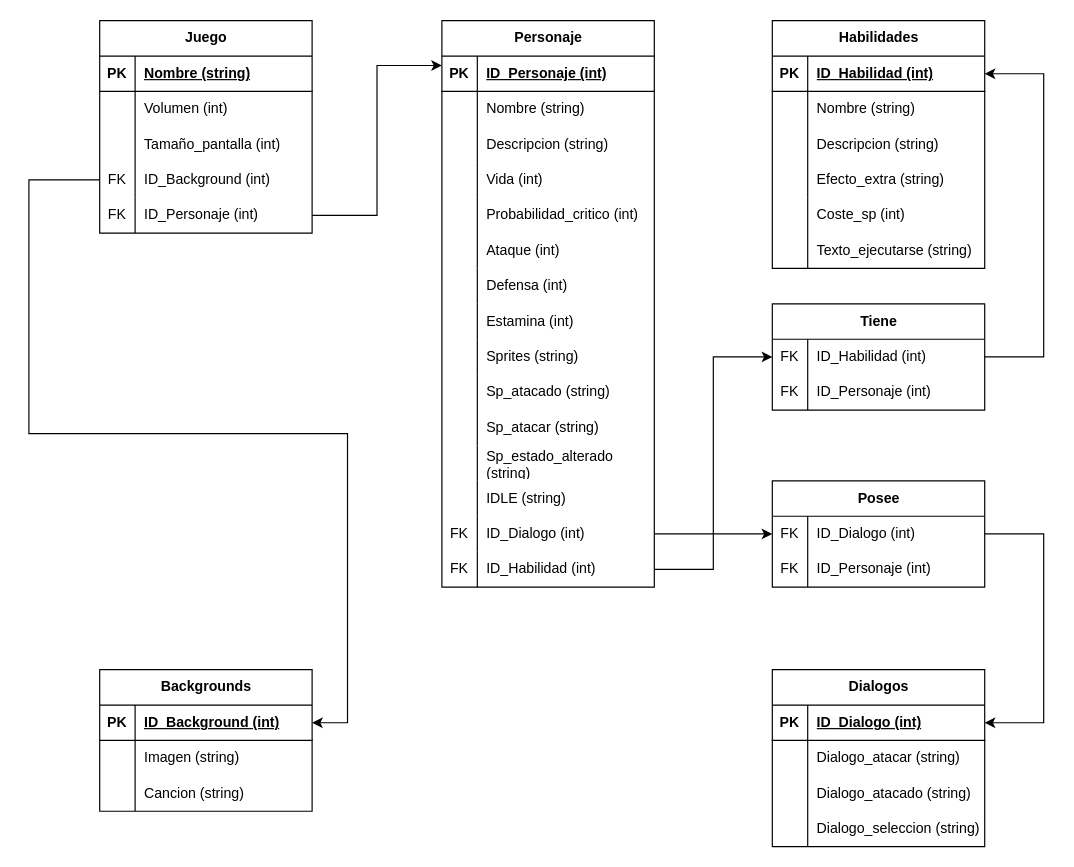
Millicay/stage-combat keeps this draw.io diagram as Documentacion/mr.drawio. Above is the earlier version. Source tidied: cells renumbered, new cells numbered last; positions are measured from the earlier drawing's top-left corner, leaving out a move shared by most shapes. Both pictures are drawn from the tidied source at 118%, with x=0, y=0 at pixel (28, 20).
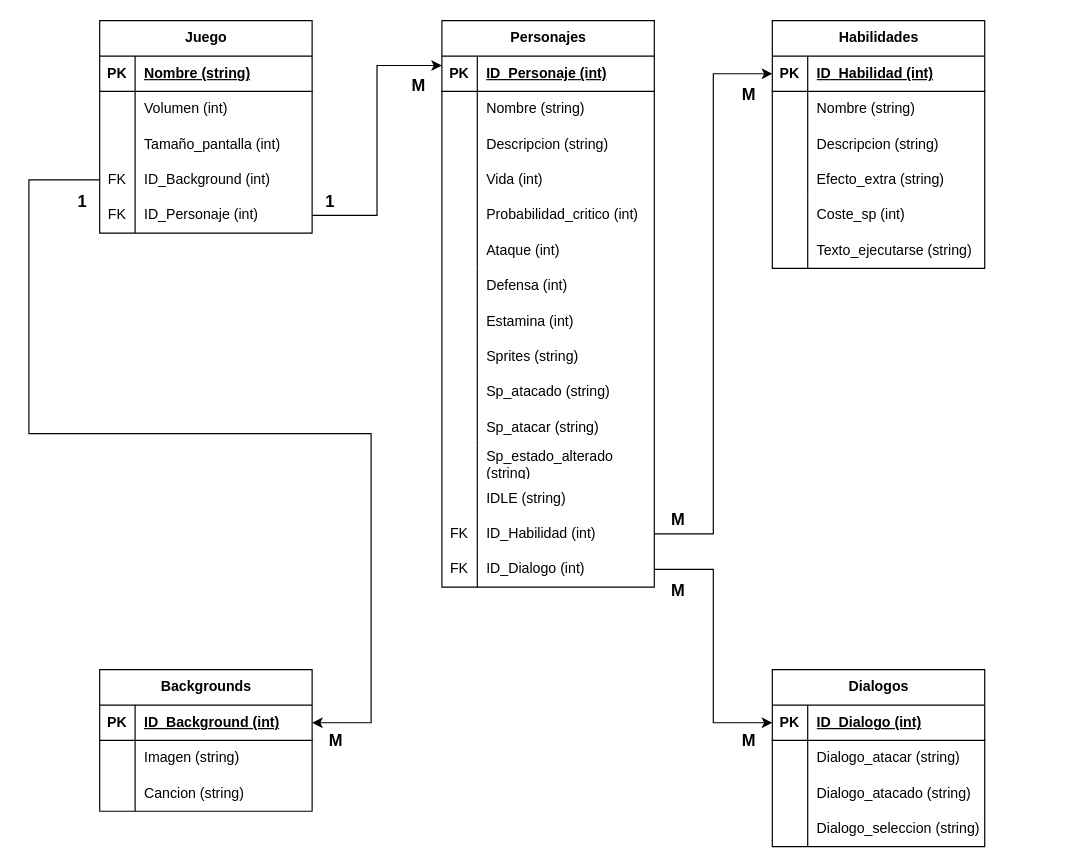
Above is the later version.

The change refers to these unchanged cells:
```xml
<mxCell id="12" style="shape=tableRow;horizontal=0;startSize=0;swimlaneHead=0;swimlaneBody=0;fillColor=none;points=[[0,0.5],[1,0.5]];portConstraint=eastwest;top=0;left=0;right=0;bottom=0;" parent="2" vertex="1">
  <mxGeometry y="120" width="180" height="30" as="geometry" />
</mxCell>
<mxCell id="68" style="shape=tableRow;horizontal=0;startSize=0;swimlaneHead=0;swimlaneBody=0;fillColor=none;points=[[0,0.5],[1,0.5]];portConstraint=eastwest;top=0;left=0;right=0;bottom=1;" parent="67" vertex="1">
  <mxGeometry y="30" width="180" height="30" as="geometry" />
</mxCell>
<mxCell id="87" style="shape=tableRow;horizontal=0;startSize=0;swimlaneHead=0;swimlaneBody=0;fillColor=none;points=[[0,0.5],[1,0.5]];portConstraint=eastwest;top=0;left=0;right=0;bottom=1;" parent="86" vertex="1">
  <mxGeometry y="30" width="180" height="30" as="geometry" />
</mxCell>
<mxCell id="97" style="shape=tableRow;horizontal=0;startSize=0;swimlaneHead=0;swimlaneBody=0;fillColor=none;points=[[0,0.5],[1,0.5]];portConstraint=eastwest;top=0;left=0;right=0;bottom=1;" parent="96" vertex="1">
  <mxGeometry y="30" width="180" height="30" as="geometry" />
</mxCell>
```

Change to the diagram source:
```diff
@@
-    <mxCell id="19" value="Personaje" style="shape=table;startSize=30;childLayout=tableLayout;rowLines=0;fontStyle=1;align=center;html=1;" parent="1" vertex="1">
+    <mxCell id="19" value="Personajes" style="shape=table;startSize=30;childLayout=tableLayout;rowLines=0;fontStyle=1;align=center;html=1;" parent="1" vertex="1">
       <mxGeometry x="350" width="180" height="480" as="geometry" />
     </mxCell>
@@
-    <mxCell id="59" style="edgeStyle=orthogonalEdgeStyle;rounded=0;jettySize=auto;html=1;exitX=1;exitY=0.5;exitDx=0;exitDy=0;entryX=0;entryY=0.5;entryDx=0;entryDy=0;" parent="1" edge="1" source="60" target="117">
+    <mxCell id="59" style="edgeStyle=orthogonalEdgeStyle;rounded=0;jettySize=auto;html=1;exitX=1;exitY=0.5;exitDx=0;exitDy=0;entryX=0;entryY=0.5;entryDx=0;entryDy=0;" parent="1" edge="1" source="60" target="97">
       <mxGeometry relative="1" as="geometry" />
     </mxCell>
     <mxCell id="60" style="shape=tableRow;horizontal=0;startSize=30;swimlaneHead=0;swimlaneBody=0;fillColor=none;points=[[0,0.5],[1,0.5]];portConstraint=eastwest;top=0;left=0;right=0;bottom=0;" parent="1" vertex="1">
-      <mxGeometry x="350" y="420" width="180" height="30" as="geometry" />
+      <mxGeometry x="350" y="450" width="180" height="30" as="geometry" />
     </mxCell>
@@
-    <mxCell id="63" style="edgeStyle=orthogonalEdgeStyle;rounded=0;jettySize=auto;html=1;exitX=1;exitY=0.5;exitDx=0;exitDy=0;entryX=0;entryY=0.5;entryDx=0;entryDy=0;" parent="1" edge="1" source="64" target="110">
+    <mxCell id="63" style="edgeStyle=orthogonalEdgeStyle;rounded=0;jettySize=auto;html=1;exitX=1;exitY=0.5;exitDx=0;exitDy=0;entryX=0;entryY=0.5;entryDx=0;entryDy=0;" parent="1" edge="1" source="64" target="68">
       <mxGeometry relative="1" as="geometry" />
     </mxCell>
     <mxCell id="64" style="shape=tableRow;horizontal=0;startSize=30;swimlaneHead=0;swimlaneBody=0;fillColor=none;points=[[0,0.5],[1,0.5]];portConstraint=eastwest;top=0;left=0;right=0;bottom=0;" parent="1" vertex="1">
-      <mxGeometry x="350" y="450" width="180" height="30" as="geometry" />
+      <mxGeometry x="350" y="420" width="180" height="30" as="geometry" />
     </mxCell>
@@
-    <mxCell id="109" value="Tiene" style="shape=table;startSize=30;childLayout=tableLayout;rowLines=0;fontStyle=1;align=center;html=1;" parent="1" vertex="1">
-      <mxGeometry x="630" y="240" width="180" height="90" as="geometry" />
-    </mxCell>
-    <mxCell id="110" style="shape=tableRow;horizontal=0;startSize=0;swimlaneHead=0;swimlaneBody=0;fillColor=none;points=[[0,0.5],[1,0.5]];portConstraint=eastwest;top=0;left=0;right=0;bottom=0;" parent="109" vertex="1">
-      <mxGeometry y="30" width="180" height="30" as="geometry" />
-    </mxCell>
-    <mxCell id="111" value="FK" style="shape=partialRectangle;fillColor=none;top=0;left=0;bottom=0;right=0;overflow=hidden;whiteSpace=wrap;html=1;" parent="110" vertex="1">
-      <mxGeometry width="30" height="30" as="geometry" />
-    </mxCell>
-    <mxCell id="112" value="ID_Habilidad (int)" style="shape=partialRectangle;fillColor=none;top=0;left=0;bottom=0;right=0;align=left;spacingLeft=6;overflow=hidden;whiteSpace=wrap;html=1;" parent="110" vertex="1">
-      <mxGeometry x="30" width="150" height="30" as="geometry" />
-    </mxCell>
-    <mxCell id="113" style="shape=tableRow;horizontal=0;startSize=0;swimlaneHead=0;swimlaneBody=0;fillColor=none;top=0;left=0;right=0;bottom=0;" parent="109" vertex="1">
-      <mxGeometry y="60" width="180" height="30" as="geometry" />
-    </mxCell>
-    <mxCell id="114" value="FK" style="shape=partialRectangle;fillColor=none;top=0;left=0;bottom=0;right=0;overflow=hidden;whiteSpace=wrap;html=1;" parent="113" vertex="1">
-      <mxGeometry width="30" height="30" as="geometry" />
-    </mxCell>
-    <mxCell id="115" value="ID_Personaje (int)" style="shape=partialRectangle;fillColor=none;top=0;left=0;bottom=0;right=0;align=left;spacingLeft=6;overflow=hidden;whiteSpace=wrap;html=1;" parent="113" vertex="1">
-      <mxGeometry x="30" width="150" height="30" as="geometry" />
-    </mxCell>
-    <mxCell id="116" value="Posee" style="shape=table;startSize=30;childLayout=tableLayout;rowLines=0;fontStyle=1;align=center;html=1;" parent="1" vertex="1">
-      <mxGeometry x="630" y="390" width="180" height="90" as="geometry" />
-    </mxCell>
-    <mxCell id="117" style="shape=tableRow;horizontal=0;startSize=0;swimlaneHead=0;swimlaneBody=0;fillColor=none;points=[[0,0.5],[1,0.5]];portConstraint=eastwest;top=0;left=0;right=0;bottom=0;" parent="116" vertex="1">
-      <mxGeometry y="30" width="180" height="30" as="geometry" />
-    </mxCell>
-    <mxCell id="118" value="FK" style="shape=partialRectangle;fillColor=none;top=0;left=0;bottom=0;right=0;overflow=hidden;whiteSpace=wrap;html=1;" parent="117" vertex="1">
-      <mxGeometry width="30" height="30" as="geometry" />
-    </mxCell>
-    <mxCell id="119" value="ID_Dialogo (int)" style="shape=partialRectangle;fillColor=none;top=0;left=0;bottom=0;right=0;align=left;spacingLeft=6;overflow=hidden;whiteSpace=wrap;html=1;" parent="117" vertex="1">
-      <mxGeometry x="30" width="150" height="30" as="geometry" />
-    </mxCell>
-    <mxCell id="120" style="shape=tableRow;horizontal=0;startSize=0;swimlaneHead=0;swimlaneBody=0;fillColor=none;top=0;left=0;right=0;bottom=0;" parent="116" vertex="1">
-      <mxGeometry y="60" width="180" height="30" as="geometry" />
-    </mxCell>
-    <mxCell id="121" value="FK" style="shape=partialRectangle;fillColor=none;top=0;left=0;bottom=0;right=0;overflow=hidden;whiteSpace=wrap;html=1;" parent="120" vertex="1">
-      <mxGeometry width="30" height="30" as="geometry" />
-    </mxCell>
-    <mxCell id="122" value="ID_Personaje (int)" style="shape=partialRectangle;fillColor=none;top=0;left=0;bottom=0;right=0;align=left;spacingLeft=6;overflow=hidden;whiteSpace=wrap;html=1;" parent="120" vertex="1">
-      <mxGeometry x="30" width="150" height="30" as="geometry" />
-    </mxCell>
     <mxCell id="123" style="edgeStyle=orthogonalEdgeStyle;rounded=0;jettySize=auto;html=1;exitX=0;exitY=0.5;exitDx=0;exitDy=0;entryX=1;entryY=0.5;entryDx=0;entryDy=0;" parent="1" edge="1" source="12" target="87">
       <mxGeometry relative="1" as="geometry">
         <Array as="points">
           <mxPoint y="135" />
           <mxPoint y="350" />
-          <mxPoint x="270" y="350" />
-          <mxPoint x="270" y="595" />
+          <mxPoint x="290" y="350" />
+          <mxPoint x="290" y="595" />
         </Array>
       </mxGeometry>
     </mxCell>
-    <mxCell id="124" style="edgeStyle=orthogonalEdgeStyle;rounded=0;jettySize=auto;html=1;exitX=1;exitY=0.5;exitDx=0;exitDy=0;entryX=1;entryY=0.5;entryDx=0;entryDy=0;" parent="1" edge="1" source="110" target="68">
-      <mxGeometry relative="1" as="geometry">
-        <Array as="points">
-          <mxPoint x="860" y="285" />
-          <mxPoint x="860" y="45" />
-        </Array>
-      </mxGeometry>
-    </mxCell>
-    <mxCell id="125" style="edgeStyle=orthogonalEdgeStyle;rounded=0;jettySize=auto;html=1;exitX=1;exitY=0.5;exitDx=0;exitDy=0;entryX=1;entryY=0.5;entryDx=0;entryDy=0;" parent="1" edge="1" source="117" target="97">
-      <mxGeometry relative="1" as="geometry">
-        <Array as="points">
-          <mxPoint x="860" y="435" />
-          <mxPoint x="860" y="595" />
-        </Array>
-      </mxGeometry>
-    </mxCell>
+    <mxCell id="126" value="&lt;font style=&quot;font-size: 14px;&quot;&gt;&lt;b&gt;1&lt;/b&gt;&lt;/font&gt;" style="text;html=1;align=center;verticalAlign=middle;strokeColor=none;fillColor=none;" parent="1" vertex="1">
+      <mxGeometry x="30" y="138" width="30" height="30" as="geometry" />
+    </mxCell>
+    <mxCell id="127" value="&lt;font style=&quot;font-size: 14px;&quot;&gt;&lt;b&gt;M&lt;/b&gt;&lt;/font&gt;" style="text;html=1;align=center;verticalAlign=middle;strokeColor=none;fillColor=none;" parent="1" vertex="1">
+      <mxGeometry x="240" y="595" width="40" height="30" as="geometry" />
+    </mxCell>
+    <mxCell id="128" value="&lt;font style=&quot;font-size: 14px;&quot;&gt;&lt;b&gt;1&lt;/b&gt;&lt;/font&gt;" style="text;html=1;align=center;verticalAlign=middle;strokeColor=none;fillColor=none;" parent="1" vertex="1">
+      <mxGeometry x="240" y="138" width="30" height="30" as="geometry" />
+    </mxCell>
+    <mxCell id="129" value="&lt;font style=&quot;font-size: 14px;&quot;&gt;&lt;b&gt;M&lt;/b&gt;&lt;/font&gt;" style="text;html=1;align=center;verticalAlign=middle;strokeColor=none;fillColor=none;" parent="1" vertex="1">
+      <mxGeometry x="310" y="40" width="40" height="30" as="geometry" />
+    </mxCell>
+    <mxCell id="130" value="&lt;font style=&quot;font-size: 14px;&quot;&gt;&lt;b&gt;M&lt;/b&gt;&lt;/font&gt;" style="text;html=1;align=center;verticalAlign=middle;strokeColor=none;fillColor=none;" parent="1" vertex="1">
+      <mxGeometry x="530" y="408" width="40" height="30" as="geometry" />
+    </mxCell>
+    <mxCell id="131" value="&lt;font style=&quot;font-size: 14px;&quot;&gt;&lt;b&gt;M&lt;/b&gt;&lt;/font&gt;" style="text;html=1;align=center;verticalAlign=middle;strokeColor=none;fillColor=none;" parent="1" vertex="1">
+      <mxGeometry x="530" y="468" width="40" height="30" as="geometry" />
+    </mxCell>
+    <mxCell id="132" value="&lt;font style=&quot;font-size: 14px;&quot;&gt;&lt;b&gt;M&lt;/b&gt;&lt;/font&gt;" style="text;html=1;align=center;verticalAlign=middle;strokeColor=none;fillColor=none;" parent="1" vertex="1">
+      <mxGeometry x="590" y="595" width="40" height="30" as="geometry" />
+    </mxCell>
+    <mxCell id="133" value="&lt;font style=&quot;font-size: 14px;&quot;&gt;&lt;b&gt;M&lt;/b&gt;&lt;/font&gt;" style="text;html=1;align=center;verticalAlign=middle;strokeColor=none;fillColor=none;" parent="1" vertex="1">
+      <mxGeometry x="590" y="48" width="40" height="30" as="geometry" />
+    </mxCell>
```
